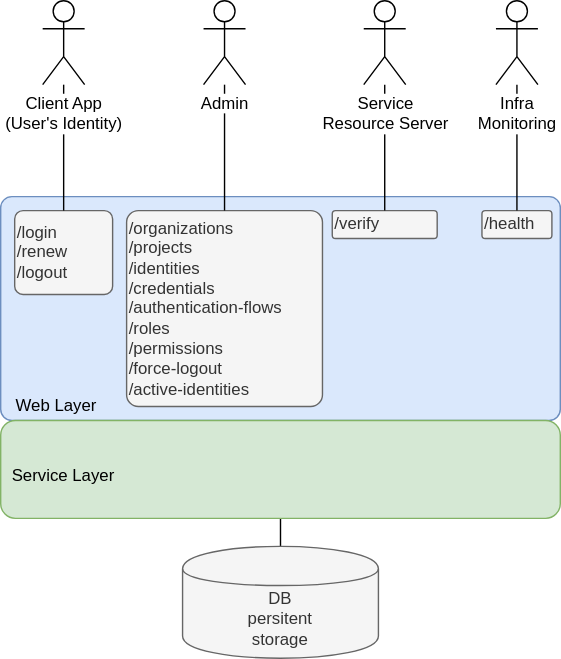
Earlier version of the draw.io export docs/IAM-service-architecture.svg (jveverka/iam-service). Source tidied: cells renumbered, new cells last; positions are measured from the earlier drawing's top-left corner, leaving out a move shared by most shapes.
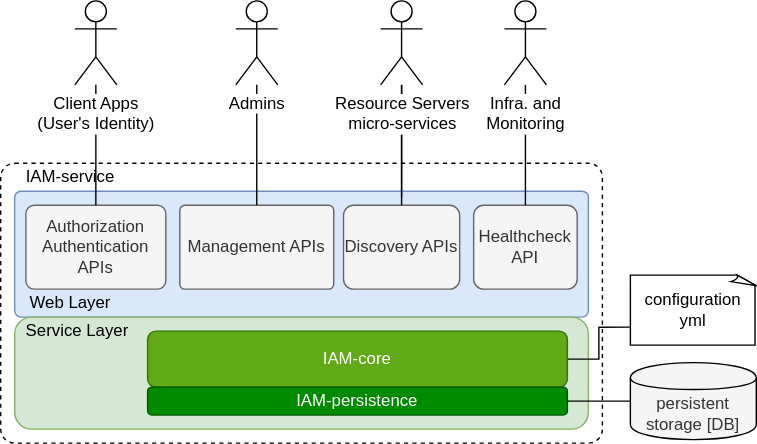
Later version of the same file.

The edit, as a diff of the source:
```diff
@@ -2,59 +2,82 @@
   <root>
     <mxCell id="0" />
     <mxCell id="1" parent="0" />
+    <mxCell id="20" style="rounded=1;whiteSpace=wrap;html=1;dashed=1;arcSize=5;" parent="1" vertex="1">
+      <mxGeometry x="-10" y="190" width="430" height="200" as="geometry" />
+    </mxCell>
     <mxCell id="2" style="rounded=1;whiteSpace=wrap;html=1;arcSize=5;fillColor=#dae8fc;strokeColor=#6c8ebf;" parent="1" vertex="1">
-      <mxGeometry y="140" width="400" height="160" as="geometry" />
+      <mxGeometry y="210" width="410" height="90" as="geometry" />
     </mxCell>
-    <mxCell id="3" value="/login&lt;br&gt;/renew&lt;br&gt;&lt;div&gt;&lt;span&gt;/logout&lt;/span&gt;&lt;/div&gt;" style="rounded=1;whiteSpace=wrap;html=1;align=left;arcSize=10;fillColor=#f5f5f5;strokeColor=#666666;fontColor=#333333;" parent="1" vertex="1">
-      <mxGeometry x="10" y="150" width="70" height="60" as="geometry" />
+    <mxCell id="3" value="Authorization&lt;br&gt;Authentication&lt;br&gt;APIs" style="rounded=1;whiteSpace=wrap;html=1;align=center;arcSize=10;fillColor=#f5f5f5;strokeColor=#666666;fontColor=#333333;" parent="1" vertex="1">
+      <mxGeometry x="8" y="220" width="100" height="60" as="geometry" />
     </mxCell>
-    <mxCell id="4" value="/organizations&lt;br&gt;/projects&lt;br&gt;/identities&lt;br&gt;/credentials&lt;br&gt;/authentication-flows&lt;br&gt;/roles&lt;br&gt;/permissions&lt;br&gt;/force-logout&lt;br&gt;/active-identities" style="rounded=1;whiteSpace=wrap;html=1;align=left;arcSize=6;fillColor=#f5f5f5;strokeColor=#666666;fontColor=#333333;" parent="1" vertex="1">
-      <mxGeometry x="90" y="150" width="140" height="140" as="geometry" />
+    <mxCell id="4" value="Management APIs" style="rounded=1;whiteSpace=wrap;html=1;align=center;arcSize=6;fillColor=#f5f5f5;strokeColor=#666666;fontColor=#333333;" parent="1" vertex="1">
+      <mxGeometry x="118" y="220" width="110" height="60" as="geometry" />
     </mxCell>
-    <mxCell id="5" value="/health" style="rounded=1;whiteSpace=wrap;html=1;align=left;arcSize=12;fillColor=#f5f5f5;strokeColor=#666666;fontColor=#333333;" parent="1" vertex="1">
-      <mxGeometry x="344" y="150" width="50" height="20" as="geometry" />
+    <mxCell id="5" value="Healthcheck&lt;br&gt;API" style="rounded=1;whiteSpace=wrap;html=1;align=center;arcSize=12;fillColor=#f5f5f5;strokeColor=#666666;fontColor=#333333;" parent="1" vertex="1">
+      <mxGeometry x="328" y="220" width="74" height="60" as="geometry" />
     </mxCell>
-    <mxCell id="6" style="edgeStyle=orthogonalEdgeStyle;rounded=0;jettySize=auto;html=1;endArrow=none;endFill=0;" parent="1" edge="1" source="7" target="11">
-      <mxGeometry relative="1" as="geometry" />
-    </mxCell>
     <mxCell id="7" style="rounded=1;whiteSpace=wrap;html=1;fillColor=#d5e8d4;strokeColor=#82b366;" parent="1" vertex="1">
-      <mxGeometry y="300" width="400" height="70" as="geometry" />
+      <mxGeometry y="300" width="410" height="80" as="geometry" />
     </mxCell>
     <mxCell id="8" value="Web Layer" style="text;html=1;strokeColor=none;fillColor=none;align=center;verticalAlign=middle;whiteSpace=wrap;rounded=0;" parent="1" vertex="1">
       <mxGeometry y="280" width="80" height="20" as="geometry" />
     </mxCell>
-    <mxCell id="9" value="/verify" style="rounded=1;whiteSpace=wrap;html=1;align=left;arcSize=12;fillColor=#f5f5f5;strokeColor=#666666;fontColor=#333333;" parent="1" vertex="1">
-      <mxGeometry x="237" y="150" width="75" height="20" as="geometry" />
+    <mxCell id="9" value="Discovery APIs" style="rounded=1;whiteSpace=wrap;html=1;align=center;arcSize=12;fillColor=#f5f5f5;strokeColor=#666666;fontColor=#333333;" parent="1" vertex="1">
+      <mxGeometry x="235" y="220" width="83" height="60" as="geometry" />
     </mxCell>
     <mxCell id="10" value="Service Layer" style="text;html=1;strokeColor=none;fillColor=none;align=center;verticalAlign=middle;whiteSpace=wrap;rounded=0;" parent="1" vertex="1">
-      <mxGeometry y="330" width="90" height="20" as="geometry" />
+      <mxGeometry y="300" width="90" height="20" as="geometry" />
     </mxCell>
-    <mxCell id="11" value="DB&lt;br&gt;persitent&lt;br&gt;storage" style="shape=cylinder;whiteSpace=wrap;html=1;boundedLbl=1;backgroundOutline=1;fillColor=#f5f5f5;strokeColor=#666666;fontColor=#333333;" parent="1" vertex="1">
-      <mxGeometry x="130" y="390" width="140" height="80" as="geometry" />
+    <mxCell id="11" value="persistent&lt;br&gt;storage [DB]" style="shape=cylinder;whiteSpace=wrap;html=1;boundedLbl=1;backgroundOutline=1;fillColor=#f5f5f5;strokeColor=#000000;fontColor=#333333;" parent="1" vertex="1">
+      <mxGeometry x="440" y="332.5" width="90" height="55" as="geometry" />
     </mxCell>
     <mxCell id="12" style="edgeStyle=orthogonalEdgeStyle;rounded=0;jettySize=auto;html=1;endArrow=none;endFill=0;" parent="1" edge="1" source="13" target="3">
       <mxGeometry relative="1" as="geometry" />
     </mxCell>
-    <mxCell id="13" value="Client App&lt;br&gt;(User's Identity)" style="shape=umlActor;verticalLabelPosition=bottom;labelBackgroundColor=#ffffff;verticalAlign=top;html=1;outlineConnect=0;" parent="1" vertex="1">
-      <mxGeometry x="30" width="30" height="60" as="geometry" />
+    <mxCell id="13" value="Client Apps&lt;br&gt;(User's Identity)" style="shape=umlActor;verticalLabelPosition=bottom;labelBackgroundColor=#ffffff;verticalAlign=top;html=1;outlineConnect=0;" parent="1" vertex="1">
+      <mxGeometry x="43" y="74" width="30" height="60" as="geometry" />
     </mxCell>
     <mxCell id="14" style="edgeStyle=orthogonalEdgeStyle;rounded=0;jettySize=auto;html=1;endArrow=none;endFill=0;" parent="1" edge="1" source="15" target="4">
       <mxGeometry relative="1" as="geometry" />
     </mxCell>
-    <mxCell id="15" value="Admin" style="shape=umlActor;verticalLabelPosition=bottom;labelBackgroundColor=#ffffff;verticalAlign=top;html=1;outlineConnect=0;" parent="1" vertex="1">
-      <mxGeometry x="145" width="30" height="60" as="geometry" />
+    <mxCell id="15" value="Admins" style="shape=umlActor;verticalLabelPosition=bottom;labelBackgroundColor=#ffffff;verticalAlign=top;html=1;outlineConnect=0;" parent="1" vertex="1">
+      <mxGeometry x="158" y="74" width="30" height="60" as="geometry" />
     </mxCell>
     <mxCell id="16" style="edgeStyle=orthogonalEdgeStyle;rounded=0;jettySize=auto;html=1;endArrow=none;endFill=0;" parent="1" edge="1" source="17" target="9">
       <mxGeometry relative="1" as="geometry" />
     </mxCell>
+    <mxCell id="21" style="edgeStyle=orthogonalEdgeStyle;rounded=0;jettySize=auto;html=1;endArrow=none;endFill=0;" parent="1" edge="1" source="17">
+      <mxGeometry relative="1" as="geometry">
+        <mxPoint x="276.5" y="214" as="targetPoint" />
+      </mxGeometry>
+    </mxCell>
-    <mxCell id="17" value="Service&lt;br&gt;Resource Server" style="shape=umlActor;verticalLabelPosition=bottom;labelBackgroundColor=#ffffff;verticalAlign=top;html=1;outlineConnect=0;" parent="1" vertex="1">
-      <mxGeometry x="259.5" width="30" height="60" as="geometry" />
+    <mxCell id="17" value="Resource Servers&lt;br&gt;micro-services" style="shape=umlActor;verticalLabelPosition=bottom;labelBackgroundColor=#ffffff;verticalAlign=top;html=1;outlineConnect=0;" parent="1" vertex="1">
+      <mxGeometry x="261.5" y="74" width="30" height="60" as="geometry" />
     </mxCell>
     <mxCell id="18" style="edgeStyle=orthogonalEdgeStyle;rounded=0;jettySize=auto;html=1;endArrow=none;endFill=0;" parent="1" edge="1" source="19" target="5">
       <mxGeometry relative="1" as="geometry" />
     </mxCell>
-    <mxCell id="19" value="Infra&lt;br&gt;Monitoring" style="shape=umlActor;verticalLabelPosition=bottom;labelBackgroundColor=#ffffff;verticalAlign=top;html=1;outlineConnect=0;" parent="1" vertex="1">
-      <mxGeometry x="354" width="30" height="60" as="geometry" />
+    <mxCell id="19" value="Infra. and&lt;br&gt;Monitoring" style="shape=umlActor;verticalLabelPosition=bottom;labelBackgroundColor=#ffffff;verticalAlign=top;html=1;outlineConnect=0;" parent="1" vertex="1">
+      <mxGeometry x="350" y="74" width="30" height="60" as="geometry" />
     </mxCell>
+    <mxCell id="22" style="edgeStyle=orthogonalEdgeStyle;rounded=0;jettySize=auto;html=1;entryX=0.011;entryY=0.743;entryDx=0;entryDy=0;entryPerimeter=0;endArrow=none;endFill=0;" parent="1" edge="1" source="23" target="26">
+      <mxGeometry relative="1" as="geometry" />
+    </mxCell>
+    <mxCell id="23" value="IAM-core" style="rounded=1;whiteSpace=wrap;html=1;fillColor=#60a917;strokeColor=#2D7600;fontColor=#ffffff;" parent="1" vertex="1">
+      <mxGeometry x="95" y="310" width="300" height="40" as="geometry" />
+    </mxCell>
+    <mxCell id="24" value="IAM-persistence" style="rounded=1;whiteSpace=wrap;html=1;fillColor=#008a00;strokeColor=#005700;fontColor=#ffffff;" parent="1" vertex="1">
+      <mxGeometry x="95" y="350" width="300" height="20" as="geometry" />
+    </mxCell>
+    <mxCell id="25" style="endArrow=none;html=1;entryX=1;entryY=0.5;entryDx=0;entryDy=0;exitX=0;exitY=0.5;exitDx=0;exitDy=0;" parent="1" edge="1" source="11" target="24">
+      <mxGeometry relative="1" as="geometry" />
+    </mxCell>
+    <mxCell id="26" value="configuration&lt;br&gt;yml" style="whiteSpace=wrap;html=1;shape=mxgraph.basic.document;" parent="1" vertex="1">
+      <mxGeometry x="440" y="270" width="90" height="50" as="geometry" />
+    </mxCell>
+    <mxCell id="27" value="IAM-service" style="text;html=1;strokeColor=none;fillColor=none;align=center;verticalAlign=middle;whiteSpace=wrap;rounded=0;" parent="1" vertex="1">
+      <mxGeometry x="-10" y="190" width="100" height="20" as="geometry" />
+    </mxCell>
   </root>
 </mxGraphModel>
```
